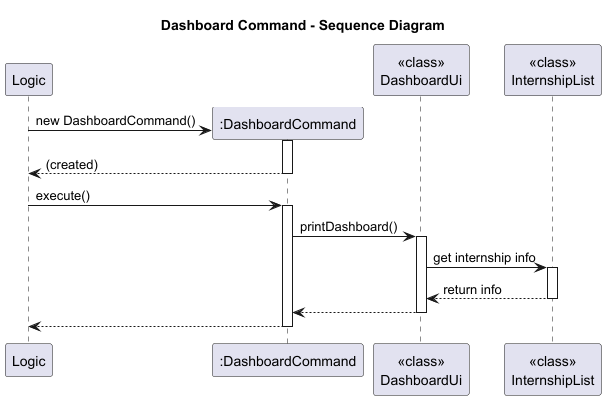
This is docs/diagrams/DashboardCommandSD.png from AY2526S1-CS2113-W14-4/tp, a PlantUML export, as it was before one commit.
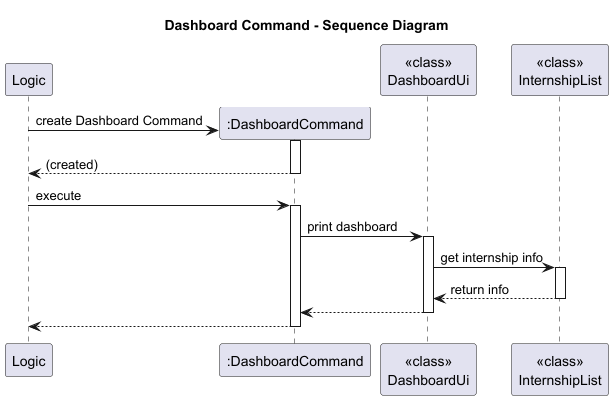
Above is the later version.

Commit message:
Standardize english in Dashboard SD

Diff of the diagram source:
```diff
@@ -6,14 +6,14 @@
 participant "<<class>>\nDashboardUi" as DUi
 participant "<<class>>\nInternshipList" as IL
 
-Logic -> DC** : new DashboardCommand()
+Logic -> DC** : create Dashboard Command
 activate DC
 return (created)
 
-Logic -> DC : execute()
+Logic -> DC : execute
 activate DC
 
-DC -> DUi : printDashboard()
+DC -> DUi : print dashboard
 activate DUi
 
 DUi -> IL : get internship info
```
